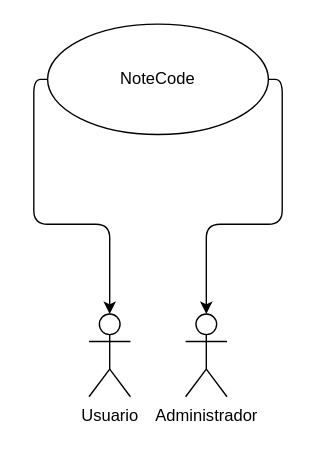
marcmf04/Note-Code keeps this draw.io diagram as documentation/Diagrams/generalDiagram.drawio. Above is the earlier version. Source tidied: cells renumbered, new cells numbered last; positions are measured from the earlier drawing's top-left corner, leaving out a move shared by most shapes. Both pictures are drawn from the tidied source at 138%, with x=0, y=0 at pixel (47, 23).
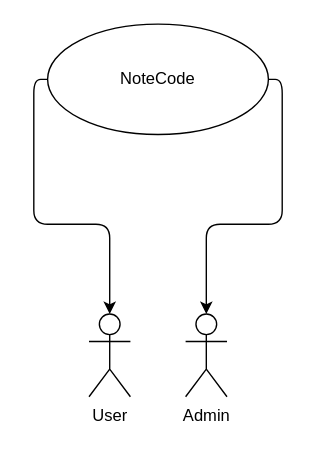
The same diagram, later.

Commit message (it also covers changes not shown here):
Created general diagrams and basic documentation structure

Change to the diagram source:
```diff
@@
 <mxGraphModel>
   <root>
     <mxCell id="0" />
     <mxCell id="1" parent="0" />
     <mxCell id="2" style="edgeStyle=orthogonalEdgeStyle;html=1;entryX=0.5;entryY=0;entryDx=0;entryDy=0;entryPerimeter=0;exitX=0;exitY=0.5;exitDx=0;exitDy=0;" parent="1" edge="1" source="4" target="5">
       <mxGeometry relative="1" as="geometry" />
     </mxCell>
     <mxCell id="3" style="edgeStyle=orthogonalEdgeStyle;html=1;exitX=1;exitY=0.5;exitDx=0;exitDy=0;entryX=0.5;entryY=0;entryDx=0;entryDy=0;entryPerimeter=0;" parent="1" edge="1" source="4" target="6">
       <mxGeometry relative="1" as="geometry" />
     </mxCell>
     <mxCell id="4" value="NoteCode" style="ellipse;whiteSpace=wrap;html=1;" parent="1" vertex="1">
       <mxGeometry width="160" height="80" as="geometry" />
     </mxCell>
-    <mxCell id="5" value="Usuario" style="shape=umlActor;verticalLabelPosition=bottom;verticalAlign=top;html=1;" parent="1" vertex="1">
+    <mxCell id="5" value="User" style="shape=umlActor;verticalLabelPosition=bottom;verticalAlign=top;html=1;" parent="1" vertex="1">
       <mxGeometry x="30" y="210" width="30" height="60" as="geometry" />
     </mxCell>
-    <mxCell id="6" value="Administrador" style="shape=umlActor;verticalLabelPosition=bottom;verticalAlign=top;html=1;" parent="1" vertex="1">
+    <mxCell id="6" value="Admin" style="shape=umlActor;verticalLabelPosition=bottom;verticalAlign=top;html=1;" parent="1" vertex="1">
       <mxGeometry x="100" y="210" width="30" height="60" as="geometry" />
     </mxCell>
   </root>
 </mxGraphModel>
```
